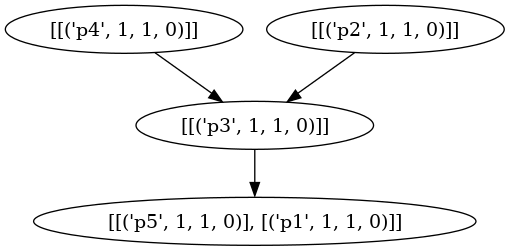
Earlier version of the Graphviz export task_network.png (XushengLuo92/Hierarchical-LTL). Its source is kept beside it as task_network.dot.
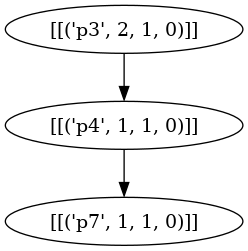
Later version of the same file.

Commit message:
fix the error in backtracking to get task sequence

What changed in the source:
```diff
@@ -1,10 +1,8 @@
 strict digraph "" {
 	node [label="\N"];
-	"('p100', 1)"	[label="[[('p4', 1, 1, 0)]]"];
-	"('p200', 1)"	[label="[[('p3', 1, 1, 0)]]"];
-	"('p100', 1)" -> "('p200', 1)";
-	"('p100', 2)"	[label="[[('p2', 1, 1, 0)]]"];
-	"('p100', 2)" -> "('p200', 1)";
-	"('p200', 2)"	[label="[[('p5', 1, 1, 0)], [('p1', 1, 1, 0)]]"];
-	"('p200', 1)" -> "('p200', 2)";
+	"('p0', 2)"	[label="[[('p7', 1, 1, 0)]]"];
+	"('p100', 2)"	[label="[[('p4', 1, 1, 0)]]"];
+	"('p100', 2)" -> "('p0', 2)";
+	"('p200', 1)"	[label="[[('p3', 2, 1, 0)]]"];
+	"('p200', 1)" -> "('p100', 2)";
 }
```
